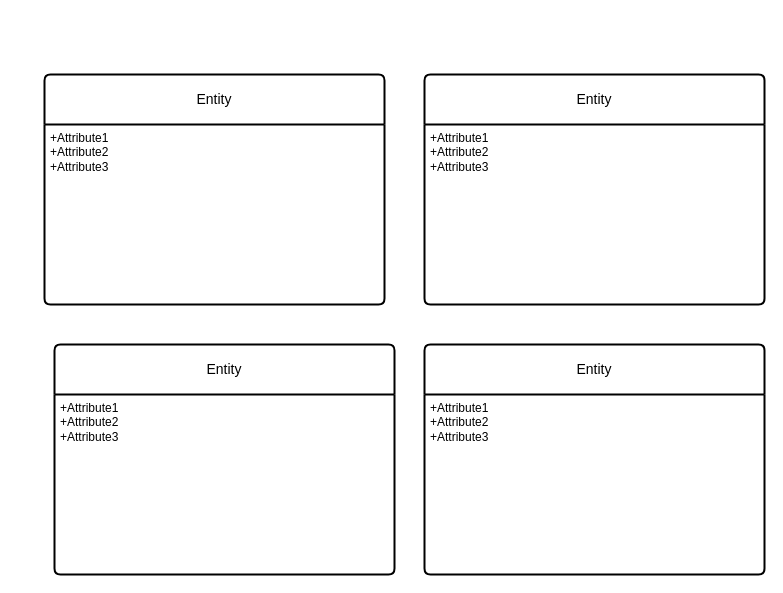
Above: ENIAC-Portifolio.drawio in KaH3050/projeto-faculdade (draw.io), before the change. Source tidied: cells renumbered, new cells numbered last; positions are measured from the earlier drawing's top-left corner, leaving out a move shared by most shapes. Both pictures are drawn from the tidied source at 100%, with x=0, y=0 at pixel (44, 74).
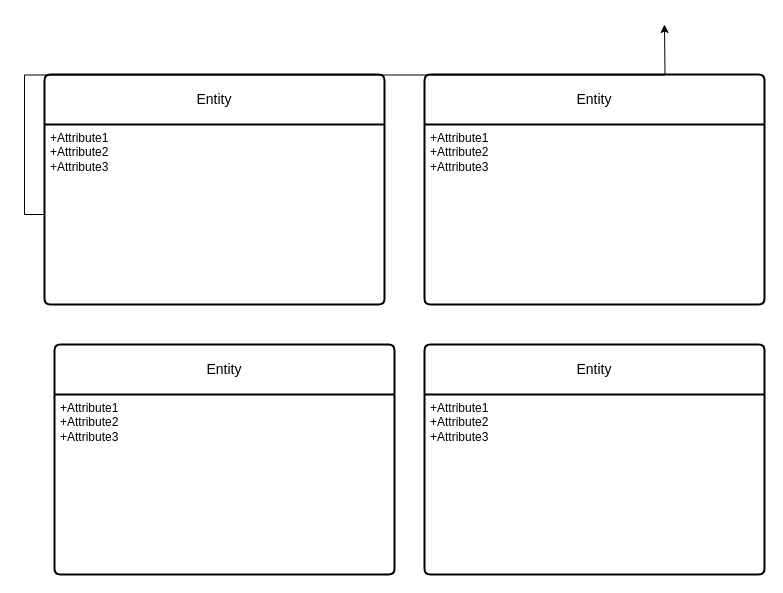
After the change.

What changed in the source:
```diff
@@
 <mxGraphModel>
   <root>
     <mxCell id="0" />
     <mxCell id="1" parent="0" />
     <mxCell id="2" value="Entity" style="swimlane;horizontal=1;startSize=50;rounded=1;fontSize=14;fontStyle=0;strokeWidth=2;shadow=0;dashed=0;align=center;arcSize=4;whiteSpace=wrap;html=1;" parent="1" vertex="1">
       <mxGeometry width="340" height="230" as="geometry" />
     </mxCell>
     <mxCell id="3" value="+Attribute1&#10;+Attribute2&#10;+Attribute3" style="align=left;strokeColor=none;fillColor=none;spacingLeft=4;fontSize=12;verticalAlign=top;html=1;" parent="2" vertex="1">
       <mxGeometry y="50" width="340" height="180" as="geometry" />
     </mxCell>
     <mxCell id="4" value="Entity" style="swimlane;horizontal=1;startSize=50;rounded=1;fontSize=14;fontStyle=0;strokeWidth=2;shadow=0;dashed=0;align=center;arcSize=4;whiteSpace=wrap;html=1;" parent="1" vertex="1">
       <mxGeometry x="380" width="340" height="230" as="geometry" />
     </mxCell>
     <mxCell id="5" value="+Attribute1&#10;+Attribute2&#10;+Attribute3" style="align=left;strokeColor=none;fillColor=none;spacingLeft=4;fontSize=12;verticalAlign=top;html=1;" parent="4" vertex="1">
       <mxGeometry y="50" width="340" height="180" as="geometry" />
     </mxCell>
     <mxCell id="6" value="Entity" style="swimlane;horizontal=1;startSize=50;rounded=1;fontSize=14;fontStyle=0;strokeWidth=2;shadow=0;dashed=0;align=center;arcSize=4;whiteSpace=wrap;html=1;" parent="1" vertex="1">
       <mxGeometry x="10" y="270" width="340" height="230" as="geometry" />
     </mxCell>
     <mxCell id="7" value="+Attribute1&#10;+Attribute2&#10;+Attribute3" style="align=left;strokeColor=none;fillColor=none;spacingLeft=4;fontSize=12;verticalAlign=top;html=1;" parent="6" vertex="1">
       <mxGeometry y="50" width="340" height="180" as="geometry" />
     </mxCell>
     <mxCell id="8" value="Entity" style="swimlane;horizontal=1;startSize=50;rounded=1;fontSize=14;fontStyle=0;strokeWidth=2;shadow=0;dashed=0;align=center;arcSize=4;whiteSpace=wrap;html=1;" parent="1" vertex="1">
       <mxGeometry x="380" y="270" width="340" height="230" as="geometry" />
     </mxCell>
     <mxCell id="9" value="+Attribute1&#10;+Attribute2&#10;+Attribute3" style="align=left;strokeColor=none;fillColor=none;spacingLeft=4;fontSize=12;verticalAlign=top;html=1;" parent="8" vertex="1">
       <mxGeometry y="50" width="340" height="180" as="geometry" />
     </mxCell>
+    <mxCell id="10" style="edgeStyle=orthogonalEdgeStyle;rounded=0;jettySize=auto;html=1;exitX=0;exitY=0.5;exitDx=0;exitDy=0;" parent="1" edge="1" source="3">
+      <mxGeometry relative="1" as="geometry">
+        <mxPoint x="620" y="-50" as="targetPoint" />
+      </mxGeometry>
+    </mxCell>
   </root>
 </mxGraphModel>
```
